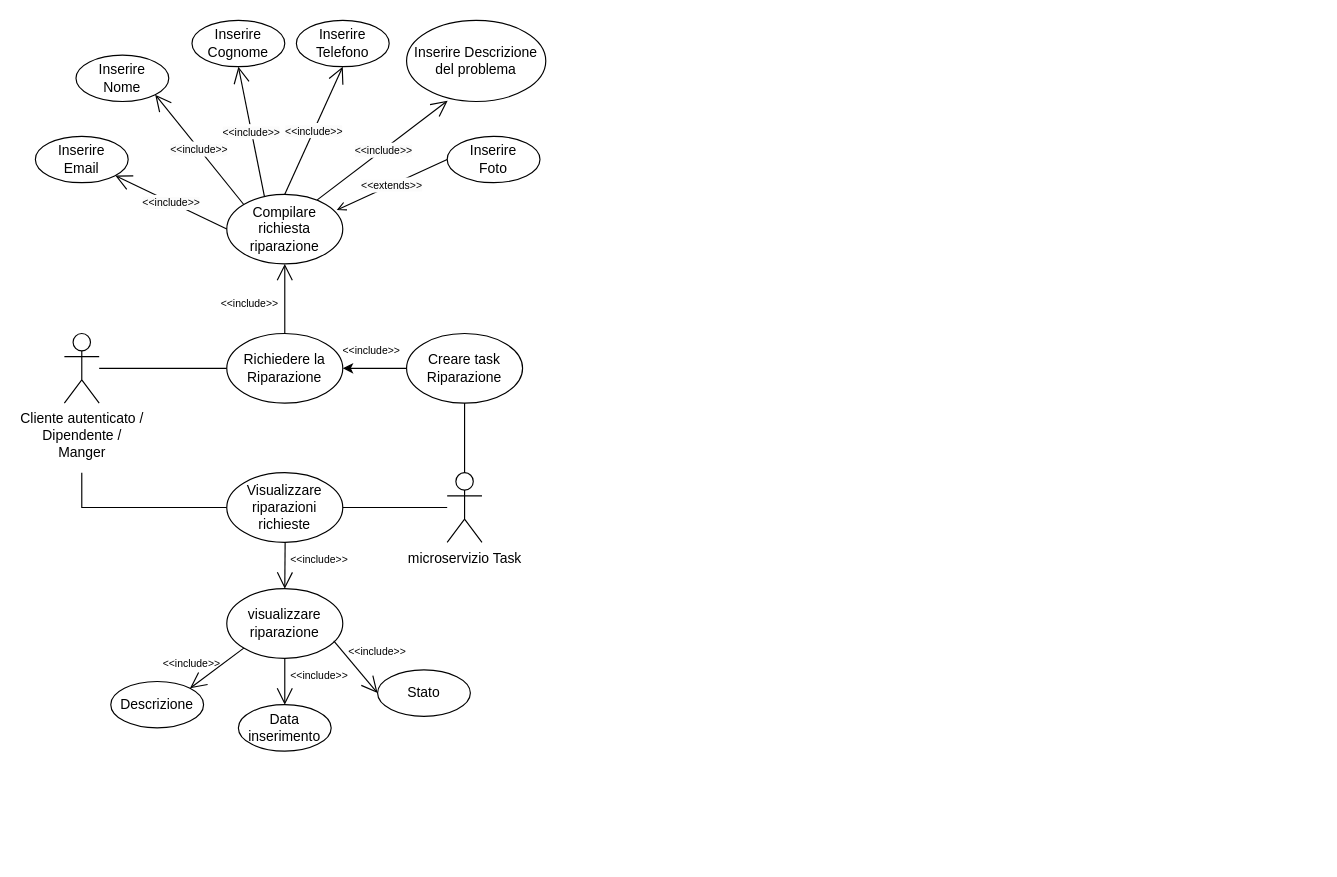
IS-FixMi/Documentation-Source keeps this draw.io diagram as second-deliverable/grafici_XML/Riparazione_UCD.drawio.xml. Above is the earlier version. Source tidied: cells renumbered, new cells numbered last; positions are measured from the earlier drawing's top-left corner, leaving out a move shared by most shapes. Both pictures are drawn from the tidied source at 116%, with x=0, y=0 at pixel (35, 20).
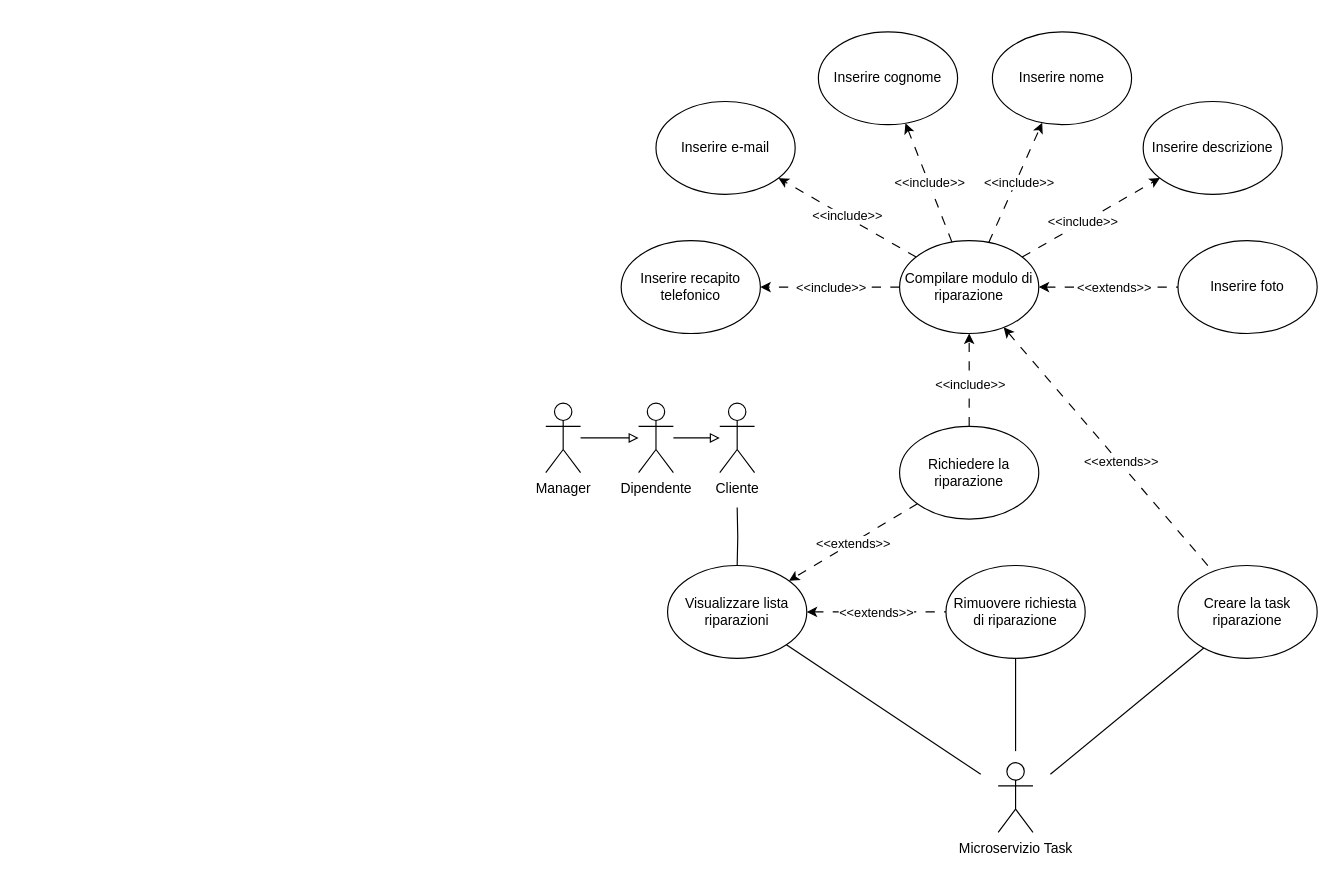
Above is the later version.

The edit, as a diff of the source:
```diff
@@
-    <mxCell id="2" value="Cliente autenticato /&lt;br&gt;Dipendente /&lt;br&gt;Manger" style="shape=umlActor;verticalLabelPosition=bottom;verticalAlign=top;html=1;outlineConnect=0;" parent="1" vertex="1">
-      <mxGeometry x="25" y="270" width="30" height="60" as="geometry" />
-    </mxCell>
-    <mxCell id="3" value="Richiedere la&lt;br&gt;Riparazione" style="ellipse;whiteSpace=wrap;html=1;" parent="1" vertex="1">
-      <mxGeometry x="165" y="270" width="100" height="60" as="geometry" />
-    </mxCell>
-    <mxCell id="4" style="endArrow=none;html=1;rounded=0;entryX=0;entryY=0.5;entryDx=0;entryDy=0;" parent="1" edge="1" source="2" target="3">
-      <mxGeometry relative="1" as="geometry" />
-    </mxCell>
-    <mxCell id="5" value="Compilare richiesta riparazione" style="ellipse;whiteSpace=wrap;html=1;" parent="1" vertex="1">
-      <mxGeometry x="165" y="150" width="100" height="60" as="geometry" />
-    </mxCell>
-    <mxCell id="6" style="endArrow=open;endFill=1;endSize=12;html=1;rounded=0;entryX=0.5;entryY=1;entryDx=0;entryDy=0;exitX=0.5;exitY=0;exitDx=0;exitDy=0;" parent="1" edge="1" source="3" target="5">
-      <mxGeometry relative="1" as="geometry" />
-    </mxCell>
-    <mxCell id="7" value="&amp;lt;&amp;lt;include&amp;gt;&amp;gt;" style="text;html=1;strokeColor=none;fillColor=none;align=center;verticalAlign=middle;whiteSpace=wrap;rounded=0;fontSize=9;" parent="1" vertex="1">
-      <mxGeometry x="155" y="230" width="60" height="30" as="geometry" />
-    </mxCell>
-    <mxCell id="8" value="Inserire&lt;br&gt;Email" style="ellipse;whiteSpace=wrap;html=1;" parent="1" vertex="1">
-      <mxGeometry y="100" width="80" height="40" as="geometry" />
-    </mxCell>
-    <mxCell id="9" value="Inserire&lt;br&gt;Nome" style="ellipse;whiteSpace=wrap;html=1;" parent="1" vertex="1">
-      <mxGeometry x="35" y="30" width="80" height="40" as="geometry" />
-    </mxCell>
-    <mxCell id="10" value="Inserire&lt;br&gt;Cognome" style="ellipse;whiteSpace=wrap;html=1;" parent="1" vertex="1">
-      <mxGeometry x="135" width="80" height="40" as="geometry" />
-    </mxCell>
-    <mxCell id="11" value="&lt;span style=&quot;color: rgb(0, 0, 0); font-family: Helvetica; font-size: 9px; font-style: normal; font-variant-ligatures: normal; font-variant-caps: normal; font-weight: 400; letter-spacing: normal; orphans: 2; text-align: center; text-indent: 0px; text-transform: none; widows: 2; word-spacing: 0px; -webkit-text-stroke-width: 0px; background-color: rgb(251, 251, 251); text-decoration-thickness: initial; text-decoration-style: initial; text-decoration-color: initial; float: none; display: inline !important;&quot;&gt;&amp;lt;&amp;lt;include&amp;gt;&amp;gt;&lt;/span&gt;" style="endArrow=open;endFill=1;endSize=12;html=1;rounded=0;exitX=0;exitY=0.5;exitDx=0;exitDy=0;" parent="1" edge="1" source="5" target="8">
-      <mxGeometry relative="1" as="geometry" />
-    </mxCell>
-    <mxCell id="12" value="Inserire Descrizione del problema" style="ellipse;whiteSpace=wrap;html=1;" parent="1" vertex="1">
-      <mxGeometry x="320" width="120" height="70" as="geometry" />
-    </mxCell>
-    <mxCell id="13" value="Inserire&lt;br&gt;Telefono" style="ellipse;whiteSpace=wrap;html=1;" parent="1" vertex="1">
-      <mxGeometry x="225" width="80" height="40" as="geometry" />
-    </mxCell>
-    <mxCell id="14" value="Inserire&lt;br&gt;Foto" style="ellipse;whiteSpace=wrap;html=1;" parent="1" vertex="1">
-      <mxGeometry x="355" y="100" width="80" height="40" as="geometry" />
-    </mxCell>
-    <mxCell id="15" value="&lt;span style=&quot;color: rgb(0, 0, 0); font-family: Helvetica; font-size: 9px; font-style: normal; font-variant-ligatures: normal; font-variant-caps: normal; font-weight: 400; letter-spacing: normal; orphans: 2; text-align: center; text-indent: 0px; text-transform: none; widows: 2; word-spacing: 0px; -webkit-text-stroke-width: 0px; background-color: rgb(251, 251, 251); text-decoration-thickness: initial; text-decoration-style: initial; text-decoration-color: initial; float: none; display: inline !important;&quot;&gt;&amp;lt;&amp;lt;include&amp;gt;&amp;gt;&lt;/span&gt;" style="endArrow=open;endFill=1;endSize=12;html=1;rounded=0;exitX=0;exitY=0;exitDx=0;exitDy=0;entryX=1;entryY=1;entryDx=0;entryDy=0;" parent="1" edge="1" source="5" target="9">
-      <mxGeometry relative="1" as="geometry" />
-    </mxCell>
-    <mxCell id="16" value="&lt;span style=&quot;color: rgb(0, 0, 0); font-family: Helvetica; font-size: 9px; font-style: normal; font-variant-ligatures: normal; font-variant-caps: normal; font-weight: 400; letter-spacing: normal; orphans: 2; text-align: center; text-indent: 0px; text-transform: none; widows: 2; word-spacing: 0px; -webkit-text-stroke-width: 0px; background-color: rgb(251, 251, 251); text-decoration-thickness: initial; text-decoration-style: initial; text-decoration-color: initial; float: none; display: inline !important;&quot;&gt;&amp;lt;&amp;lt;include&amp;gt;&amp;gt;&lt;/span&gt;" style="endArrow=open;endFill=1;endSize=12;html=1;rounded=0;exitX=0.324;exitY=0.027;exitDx=0;exitDy=0;exitPerimeter=0;entryX=0.5;entryY=1;entryDx=0;entryDy=0;" parent="1" edge="1" source="5" target="10">
-      <mxGeometry relative="1" as="geometry" />
-    </mxCell>
-    <mxCell id="17" value="&lt;span style=&quot;color: rgb(0, 0, 0); font-family: Helvetica; font-size: 9px; font-style: normal; font-variant-ligatures: normal; font-variant-caps: normal; font-weight: 400; letter-spacing: normal; orphans: 2; text-align: center; text-indent: 0px; text-transform: none; widows: 2; word-spacing: 0px; -webkit-text-stroke-width: 0px; background-color: rgb(251, 251, 251); text-decoration-thickness: initial; text-decoration-style: initial; text-decoration-color: initial; float: none; display: inline !important;&quot;&gt;&amp;lt;&amp;lt;include&amp;gt;&amp;gt;&lt;/span&gt;" style="endArrow=open;endFill=1;endSize=12;html=1;rounded=0;exitX=0.5;exitY=0;exitDx=0;exitDy=0;entryX=0.5;entryY=1;entryDx=0;entryDy=0;" parent="1" edge="1" source="5" target="13">
-      <mxGeometry relative="1" as="geometry" />
-    </mxCell>
-    <mxCell id="18" value="&lt;span style=&quot;color: rgb(0, 0, 0); font-family: Helvetica; font-size: 9px; font-style: normal; font-variant-ligatures: normal; font-variant-caps: normal; font-weight: 400; letter-spacing: normal; orphans: 2; text-align: center; text-indent: 0px; text-transform: none; widows: 2; word-spacing: 0px; -webkit-text-stroke-width: 0px; background-color: rgb(251, 251, 251); text-decoration-thickness: initial; text-decoration-style: initial; text-decoration-color: initial; float: none; display: inline !important;&quot;&gt;&amp;lt;&amp;lt;include&amp;gt;&amp;gt;&lt;/span&gt;" style="endArrow=open;endFill=1;endSize=12;html=1;rounded=0;exitX=0.78;exitY=0.08;exitDx=0;exitDy=0;entryX=0.295;entryY=0.99;entryDx=0;entryDy=0;exitPerimeter=0;entryPerimeter=0;" parent="1" edge="1" source="5" target="12">
-      <mxGeometry relative="1" as="geometry" />
-    </mxCell>
-    <mxCell id="19" value="&lt;span style=&quot;color: rgb(0, 0, 0); font-family: Helvetica; font-size: 9px; font-style: normal; font-variant-ligatures: normal; font-variant-caps: normal; font-weight: 400; letter-spacing: normal; orphans: 2; text-align: center; text-indent: 0px; text-transform: none; widows: 2; word-spacing: 0px; -webkit-text-stroke-width: 0px; background-color: rgb(251, 251, 251); text-decoration-thickness: initial; text-decoration-style: initial; text-decoration-color: initial; float: none; display: inline !important;&quot;&gt;&amp;lt;&amp;lt;extends&amp;gt;&amp;gt;&lt;/span&gt;" style="endArrow=none;endFill=0;endSize=12;html=1;rounded=0;exitX=0.948;exitY=0.227;exitDx=0;exitDy=0;entryX=0;entryY=0.5;entryDx=0;entryDy=0;exitPerimeter=0;startArrow=open;startFill=0;" parent="1" edge="1" source="5" target="14">
-      <mxGeometry relative="1" as="geometry" />
-    </mxCell>
-    <mxCell id="20" value="microservizio Task" style="shape=umlActor;verticalLabelPosition=bottom;verticalAlign=top;html=1;outlineConnect=0;" parent="1" vertex="1">
-      <mxGeometry x="355" y="390" width="30" height="60" as="geometry" />
-    </mxCell>
-    <mxCell id="21" style="endArrow=classic;html=1;rounded=0;exitX=0;exitY=0.5;exitDx=0;exitDy=0;entryX=1;entryY=0.5;entryDx=0;entryDy=0;" parent="1" edge="1" source="23" target="3">
-      <mxGeometry relative="1" as="geometry" />
-    </mxCell>
-    <mxCell id="22" value="&amp;lt;&amp;lt;include&amp;gt;&amp;gt;" style="text;html=1;strokeColor=none;fillColor=none;align=center;verticalAlign=middle;whiteSpace=wrap;rounded=0;fontSize=9;" parent="1" vertex="1">
-      <mxGeometry x="260" y="270" width="60" height="30" as="geometry" />
-    </mxCell>
-    <mxCell id="23" value="Creare task Riparazione" style="ellipse;whiteSpace=wrap;html=1;" parent="1" vertex="1">
-      <mxGeometry x="320" y="270" width="100" height="60" as="geometry" />
-    </mxCell>
-    <mxCell id="24" style="endArrow=none;html=1;rounded=0;exitX=0.5;exitY=0;exitDx=0;exitDy=0;exitPerimeter=0;entryX=0.5;entryY=1;entryDx=0;entryDy=0;" parent="1" edge="1" source="20" target="23">
-      <mxGeometry relative="1" as="geometry" />
-    </mxCell>
-    <mxCell id="25" value="Visualizzare&lt;br&gt;riparazioni richieste" style="ellipse;whiteSpace=wrap;html=1;" parent="1" vertex="1">
-      <mxGeometry x="165" y="390" width="100" height="60" as="geometry" />
-    </mxCell>
-    <mxCell id="26" style="endArrow=none;html=1;rounded=0;exitX=1;exitY=0.5;exitDx=0;exitDy=0;" parent="1" edge="1" source="25" target="20">
-      <mxGeometry relative="1" as="geometry" />
-    </mxCell>
-    <mxCell id="27" style="endArrow=none;html=1;rounded=0;entryX=0;entryY=0.5;entryDx=0;entryDy=0;" parent="1" edge="1" target="25">
-      <mxGeometry relative="1" as="geometry">
-        <mxPoint x="40" y="390" as="sourcePoint" />
-        <Array as="points">
-          <mxPoint x="40" y="420" />
-        </Array>
-      </mxGeometry>
-    </mxCell>
-    <mxCell id="28" value="visualizzare riparazione" style="ellipse;whiteSpace=wrap;html=1;" parent="1" vertex="1">
-      <mxGeometry x="165" y="490" width="100" height="60" as="geometry" />
-    </mxCell>
-    <mxCell id="29" style="endArrow=open;endFill=1;endSize=12;html=1;rounded=0;exitX=0.5;exitY=0;exitDx=0;exitDy=0;" parent="1" edge="1">
-      <mxGeometry relative="1" as="geometry">
-        <mxPoint x="215.3" y="450" as="sourcePoint" />
-        <mxPoint x="215" y="490" as="targetPoint" />
-      </mxGeometry>
-    </mxCell>
-    <mxCell id="30" value="&amp;lt;&amp;lt;include&amp;gt;&amp;gt;" style="text;html=1;strokeColor=none;fillColor=none;align=center;verticalAlign=middle;whiteSpace=wrap;rounded=0;fontSize=9;" parent="1" vertex="1">
-      <mxGeometry x="215" y="450" width="60" height="30" as="geometry" />
-    </mxCell>
-    <mxCell id="31" value="Descrizione" style="ellipse;whiteSpace=wrap;html=1;" parent="1" vertex="1">
-      <mxGeometry x="65" y="570" width="80" height="40" as="geometry" />
-    </mxCell>
-    <mxCell id="32" style="endArrow=open;endFill=1;endSize=12;html=1;rounded=0;exitX=0;exitY=1;exitDx=0;exitDy=0;entryX=1;entryY=0;entryDx=0;entryDy=0;" parent="1" edge="1" source="28" target="31">
-      <mxGeometry relative="1" as="geometry" />
-    </mxCell>
-    <mxCell id="33" value="&amp;lt;&amp;lt;include&amp;gt;&amp;gt;" style="text;html=1;strokeColor=none;fillColor=none;align=center;verticalAlign=middle;whiteSpace=wrap;rounded=0;fontSize=9;" parent="1" vertex="1">
-      <mxGeometry x="105" y="540" width="60" height="30" as="geometry" />
-    </mxCell>
-    <mxCell id="34" value="Data inserimento" style="ellipse;whiteSpace=wrap;html=1;" parent="1" vertex="1">
-      <mxGeometry x="175" y="590" width="80" height="40" as="geometry" />
-    </mxCell>
-    <mxCell id="35" value="&amp;lt;&amp;lt;include&amp;gt;&amp;gt;" style="text;html=1;strokeColor=none;fillColor=none;align=center;verticalAlign=middle;whiteSpace=wrap;rounded=0;fontSize=9;" parent="1" vertex="1">
-      <mxGeometry x="215" y="550" width="60" height="30" as="geometry" />
-    </mxCell>
-    <mxCell id="36" style="endArrow=open;endFill=1;endSize=12;html=1;rounded=0;exitX=0.5;exitY=1;exitDx=0;exitDy=0;entryX=0.5;entryY=0;entryDx=0;entryDy=0;" parent="1" edge="1" source="28" target="34">
-      <mxGeometry relative="1" as="geometry" />
-    </mxCell>
-    <mxCell id="37" value="Stato" style="ellipse;whiteSpace=wrap;html=1;" parent="1" vertex="1">
-      <mxGeometry x="295" y="560" width="80" height="40" as="geometry" />
-    </mxCell>
-    <mxCell id="38" value="&amp;lt;&amp;lt;include&amp;gt;&amp;gt;" style="text;html=1;strokeColor=none;fillColor=none;align=center;verticalAlign=middle;whiteSpace=wrap;rounded=0;fontSize=9;" parent="1" vertex="1">
-      <mxGeometry x="265" y="530" width="60" height="30" as="geometry" />
-    </mxCell>
-    <mxCell id="39" style="endArrow=open;endFill=1;endSize=12;html=1;rounded=0;exitX=0.922;exitY=0.749;exitDx=0;exitDy=0;entryX=0;entryY=0.5;entryDx=0;entryDy=0;exitPerimeter=0;" parent="1" edge="1" source="28" target="37">
-      <mxGeometry relative="1" as="geometry" />
-    </mxCell>
+    <mxCell id="40" value="Inserire descrizione" style="ellipse;whiteSpace=wrap;html=1;" parent="1" vertex="1">
+      <mxGeometry x="955" y="70" width="120" height="80" as="geometry" />
+    </mxCell>
+    <mxCell id="41" style="rounded=0;jettySize=auto;html=1;dashed=1;dashPattern=8 8;" parent="1" edge="1" source="55" target="40">
+      <mxGeometry relative="1" as="geometry" />
+    </mxCell>
+    <mxCell id="42" value="&amp;lt;&amp;lt;include&amp;gt;&amp;gt;" style="edgeLabel;html=1;align=center;verticalAlign=middle;" parent="41" vertex="1">
+      <mxGeometry x="-0.12" y="1" relative="1" as="geometry" />
+    </mxCell>
+    <mxCell id="43" style="rounded=0;jettySize=auto;html=1;dashed=1;dashPattern=8 8;startArrow=classic;startFill=1;endArrow=none;endFill=0;" parent="1" edge="1" source="55" target="56">
+      <mxGeometry relative="1" as="geometry" />
+    </mxCell>
+    <mxCell id="44" value="&amp;lt;&amp;lt;extends&amp;gt;&amp;gt;" style="edgeLabel;html=1;align=center;verticalAlign=middle;" parent="43" vertex="1">
+      <mxGeometry x="0.01" y="2" relative="1" as="geometry">
+        <mxPoint x="3" y="2" as="offset" />
+      </mxGeometry>
+    </mxCell>
+    <mxCell id="45" style="rounded=0;jettySize=auto;html=1;dashed=1;dashPattern=8 8;" parent="1" edge="1" source="55" target="57">
+      <mxGeometry relative="1" as="geometry" />
+    </mxCell>
+    <mxCell id="46" value="&amp;lt;&amp;lt;include&amp;gt;&amp;gt;" style="edgeLabel;html=1;align=center;verticalAlign=middle;" parent="45" vertex="1">
+      <mxGeometry x="0.19" y="-1" relative="1" as="geometry">
+        <mxPoint x="11" y="1" as="offset" />
+      </mxGeometry>
+    </mxCell>
+    <mxCell id="47" style="rounded=0;jettySize=auto;html=1;dashed=1;dashPattern=8 8;" parent="1" edge="1" source="55" target="58">
+      <mxGeometry relative="1" as="geometry" />
+    </mxCell>
+    <mxCell id="48" value="&amp;lt;&amp;lt;include&amp;gt;&amp;gt;" style="edgeLabel;html=1;align=center;verticalAlign=middle;" parent="47" vertex="1">
+      <mxGeometry x="0.03" y="-1" relative="1" as="geometry">
+        <mxPoint y="2" as="offset" />
+      </mxGeometry>
+    </mxCell>
+    <mxCell id="49" style="rounded=0;jettySize=auto;html=1;dashed=1;dashPattern=8 8;" parent="1" edge="1" source="55" target="59">
+      <mxGeometry relative="1" as="geometry" />
+    </mxCell>
+    <mxCell id="50" value="&amp;lt;&amp;lt;include&amp;gt;&amp;gt;" style="edgeLabel;html=1;align=center;verticalAlign=middle;" parent="49" vertex="1">
+      <mxGeometry x="-0.03" y="1" relative="1" as="geometry">
+        <mxPoint x="4" y="-1" as="offset" />
+      </mxGeometry>
+    </mxCell>
+    <mxCell id="51" style="rounded=0;jettySize=auto;html=1;dashed=1;dashPattern=8 8;" parent="1" edge="1" source="55" target="60">
+      <mxGeometry relative="1" as="geometry" />
+    </mxCell>
+    <mxCell id="52" value="&amp;lt;&amp;lt;include&amp;gt;&amp;gt;" style="edgeLabel;html=1;align=center;verticalAlign=middle;" parent="51" vertex="1">
+      <mxGeometry x="0.02" y="-1" relative="1" as="geometry" />
+    </mxCell>
+    <mxCell id="53" style="rounded=0;jettySize=auto;html=1;dashed=1;dashPattern=8 8;endArrow=none;endFill=0;startArrow=classic;startFill=1;" parent="1" edge="1" source="55" target="66">
+      <mxGeometry relative="1" as="geometry" />
+    </mxCell>
+    <mxCell id="54" value="&amp;lt;&amp;lt;extends&amp;gt;&amp;gt;" style="edgeLabel;html=1;align=center;verticalAlign=middle;" parent="53" vertex="1">
+      <mxGeometry x="0.1" y="1" relative="1" as="geometry" />
+    </mxCell>
+    <mxCell id="55" value="Compilare modulo di riparazione" style="ellipse;whiteSpace=wrap;html=1;" parent="1" vertex="1">
+      <mxGeometry x="745" y="190" width="120" height="80" as="geometry" />
+    </mxCell>
+    <mxCell id="56" value="Inserire foto" style="ellipse;whiteSpace=wrap;html=1;" parent="1" vertex="1">
+      <mxGeometry x="985" y="190" width="120" height="80" as="geometry" />
+    </mxCell>
+    <mxCell id="57" value="Inserire recapito telefonico" style="ellipse;whiteSpace=wrap;html=1;" parent="1" vertex="1">
+      <mxGeometry x="505" y="190" width="120" height="80" as="geometry" />
+    </mxCell>
+    <mxCell id="58" value="Inserire cognome" style="ellipse;whiteSpace=wrap;html=1;" parent="1" vertex="1">
+      <mxGeometry x="675" y="10" width="120" height="80" as="geometry" />
+    </mxCell>
+    <mxCell id="59" value="Inserire nome" style="ellipse;whiteSpace=wrap;html=1;" parent="1" vertex="1">
+      <mxGeometry x="825" y="10" width="120" height="80" as="geometry" />
+    </mxCell>
+    <mxCell id="60" value="Inserire e-mail" style="ellipse;whiteSpace=wrap;html=1;" parent="1" vertex="1">
+      <mxGeometry x="535" y="70" width="120" height="80" as="geometry" />
+    </mxCell>
+    <mxCell id="61" style="rounded=0;jettySize=auto;html=1;startArrow=none;startFill=0;dashed=1;dashPattern=8 8;" parent="1" edge="1" source="65" target="55">
+      <mxGeometry relative="1" as="geometry" />
+    </mxCell>
+    <mxCell id="62" value="&amp;lt;&amp;lt;include&amp;gt;&amp;gt;" style="edgeLabel;html=1;align=center;verticalAlign=middle;" parent="61" vertex="1">
+      <mxGeometry x="-0.08" y="-1" relative="1" as="geometry">
+        <mxPoint x="-1" as="offset" />
+      </mxGeometry>
+    </mxCell>
+    <mxCell id="63" style="rounded=0;jettySize=auto;html=1;dashed=1;dashPattern=8 8;" parent="1" edge="1" source="65" target="69">
+      <mxGeometry relative="1" as="geometry" />
+    </mxCell>
+    <mxCell id="64" value="&amp;lt;&amp;lt;extends&amp;gt;&amp;gt;" style="edgeLabel;html=1;align=center;verticalAlign=middle;" parent="63" vertex="1">
+      <mxGeometry x="0.03" y="-1" relative="1" as="geometry">
+        <mxPoint x="2" as="offset" />
+      </mxGeometry>
+    </mxCell>
+    <mxCell id="65" value="Richiedere la riparazione" style="ellipse;whiteSpace=wrap;html=1;" parent="1" vertex="1">
+      <mxGeometry x="745" y="350" width="120" height="80" as="geometry" />
+    </mxCell>
+    <mxCell id="66" value="Creare la task riparazione" style="ellipse;whiteSpace=wrap;html=1;" parent="1" vertex="1">
+      <mxGeometry x="985" y="470" width="120" height="80" as="geometry" />
+    </mxCell>
+    <mxCell id="67" style="rounded=0;jettySize=auto;html=1;dashed=1;dashPattern=8 8;endArrow=none;endFill=0;startArrow=classic;startFill=1;" parent="1" edge="1" source="69" target="80">
+      <mxGeometry relative="1" as="geometry" />
+    </mxCell>
+    <mxCell id="68" value="&amp;lt;&amp;lt;extends&amp;gt;&amp;gt;" style="edgeLabel;html=1;align=center;verticalAlign=middle;" parent="67" vertex="1">
+      <mxGeometry x="-0.02" y="2" relative="1" as="geometry">
+        <mxPoint y="2" as="offset" />
+      </mxGeometry>
+    </mxCell>
+    <mxCell id="69" value="Visualizzare lista riparazioni" style="ellipse;whiteSpace=wrap;html=1;" parent="1" vertex="1">
+      <mxGeometry x="545" y="470" width="120" height="80" as="geometry" />
+    </mxCell>
+    <mxCell id="70" style="rounded=0;jettySize=auto;html=1;endArrow=none;endFill=0;" parent="1" edge="1" target="69">
+      <mxGeometry relative="1" as="geometry">
+        <mxPoint x="815" y="650" as="sourcePoint" />
+      </mxGeometry>
+    </mxCell>
+    <mxCell id="71" style="rounded=0;jettySize=auto;html=1;endArrow=none;endFill=0;" parent="1" edge="1" target="80">
+      <mxGeometry relative="1" as="geometry">
+        <mxPoint x="845" y="630" as="sourcePoint" />
+      </mxGeometry>
+    </mxCell>
+    <mxCell id="72" style="rounded=0;jettySize=auto;html=1;endArrow=none;endFill=0;" parent="1" edge="1" target="66">
+      <mxGeometry relative="1" as="geometry">
+        <mxPoint x="875" y="650" as="sourcePoint" />
+      </mxGeometry>
+    </mxCell>
+    <mxCell id="73" value="Microservizio Task" style="shape=umlActor;verticalLabelPosition=bottom;verticalAlign=top;html=1;" parent="1" vertex="1">
+      <mxGeometry x="830" y="640" width="30" height="60" as="geometry" />
+    </mxCell>
+    <mxCell id="74" style="edgeStyle=orthogonalEdgeStyle;rounded=0;jettySize=auto;html=1;endArrow=none;endFill=0;" parent="1" edge="1" target="69">
+      <mxGeometry relative="1" as="geometry">
+        <mxPoint x="605" y="420" as="sourcePoint" />
+      </mxGeometry>
+    </mxCell>
+    <mxCell id="75" value="Cliente" style="shape=umlActor;verticalLabelPosition=bottom;verticalAlign=top;html=1;outlineConnect=0;" parent="1" vertex="1">
+      <mxGeometry x="590" y="330" width="30" height="60" as="geometry" />
+    </mxCell>
+    <mxCell id="76" style="edgeStyle=orthogonalEdgeStyle;rounded=0;jettySize=auto;html=1;endArrow=block;endFill=0;" parent="1" edge="1" source="77" target="75">
+      <mxGeometry relative="1" as="geometry" />
+    </mxCell>
+    <mxCell id="77" value="Dipendente" style="shape=umlActor;verticalLabelPosition=bottom;verticalAlign=top;html=1;outlineConnect=0;" parent="1" vertex="1">
+      <mxGeometry x="520" y="330" width="30" height="60" as="geometry" />
+    </mxCell>
+    <mxCell id="78" style="edgeStyle=orthogonalEdgeStyle;rounded=0;jettySize=auto;html=1;endArrow=block;endFill=0;" parent="1" edge="1" source="79" target="77">
+      <mxGeometry relative="1" as="geometry" />
+    </mxCell>
+    <mxCell id="79" value="Manager" style="shape=umlActor;verticalLabelPosition=bottom;verticalAlign=top;html=1;outlineConnect=0;" parent="1" vertex="1">
+      <mxGeometry x="440" y="330" width="30" height="60" as="geometry" />
+    </mxCell>
+    <mxCell id="80" value="Rimuovere richiesta di riparazione" style="ellipse;whiteSpace=wrap;html=1;" parent="1" vertex="1">
+      <mxGeometry x="785" y="470" width="120" height="80" as="geometry" />
+    </mxCell>
```
